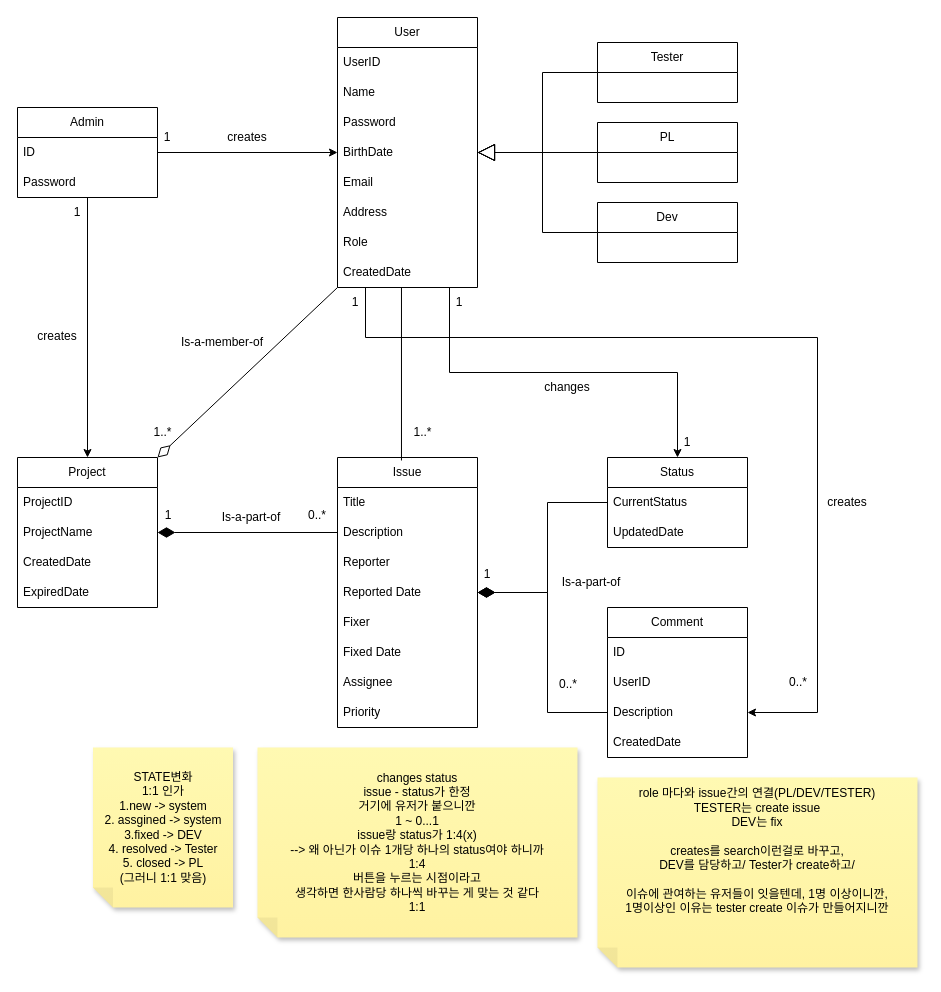
This is 다이어그램 모음집/도메인 모델-2.drawio from LuisYou/Term_Project_19, a draw.io file, before an edit. Source tidied: cells renumbered, new cells numbered last; positions are measured from the earlier drawing's top-left corner, leaving out a move shared by most shapes. Both pictures are drawn from the tidied source at 100%, with x=0, y=0 at pixel (17, 17).
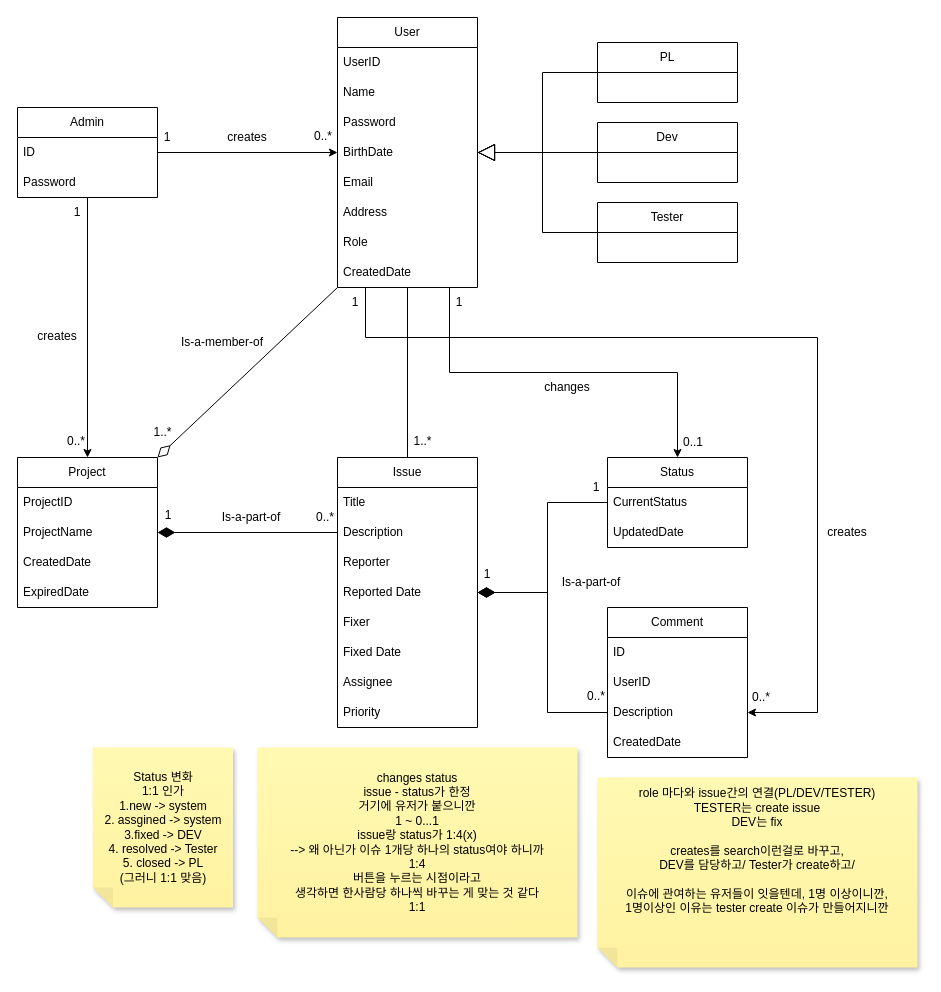
The same diagram, later.

The change refers to these unchanged cells:
```xml
<mxCell id="10" value="CreatedDate" style="text;strokeColor=none;fillColor=none;align=left;verticalAlign=middle;spacingLeft=4;spacingRight=4;overflow=hidden;points=[[0,0.5],[1,0.5]];portConstraint=eastwest;whiteSpace=wrap;html=1;" parent="2" vertex="1">
  <mxGeometry y="240" width="140" height="30" as="geometry" />
</mxCell>
<mxCell id="27" value="Issue" style="swimlane;fontStyle=0;horizontal=1;startSize=30;whiteSpace=wrap;html=1;" parent="1" vertex="1">
  <mxGeometry x="320" y="440" width="140" height="270" as="geometry" />
</mxCell>
```

What changed in the source:
```diff
@@
-    <mxCell id="12" value="Tester" style="swimlane;fontStyle=0;horizontal=1;startSize=30;whiteSpace=wrap;html=1;" parent="1" vertex="1">
+    <mxCell id="12" value="PL" style="swimlane;fontStyle=0;horizontal=1;startSize=30;whiteSpace=wrap;html=1;" parent="1" vertex="1">
       <mxGeometry x="580" y="25" width="140" height="60" as="geometry" />
     </mxCell>
@@
-    <mxCell id="14" value="PL" style="swimlane;fontStyle=0;horizontal=1;startSize=30;whiteSpace=wrap;html=1;" parent="1" vertex="1">
+    <mxCell id="14" value="Dev" style="swimlane;fontStyle=0;horizontal=1;startSize=30;whiteSpace=wrap;html=1;" parent="1" vertex="1">
       <mxGeometry x="580" y="105" width="140" height="60" as="geometry" />
     </mxCell>
@@
-    <mxCell id="16" value="Dev" style="swimlane;fontStyle=0;horizontal=1;startSize=30;whiteSpace=wrap;html=1;" parent="1" vertex="1">
+    <mxCell id="16" value="Tester" style="swimlane;fontStyle=0;horizontal=1;startSize=30;whiteSpace=wrap;html=1;" parent="1" vertex="1">
       <mxGeometry x="580" y="185" width="140" height="60" as="geometry" />
     </mxCell>
@@
     <mxCell id="50" value="1..*" style="text;html=1;align=center;verticalAlign=middle;whiteSpace=wrap;rounded=0;" parent="1" vertex="1">
-      <mxGeometry x="391" y="400" width="29" height="30" as="geometry" />
+      <mxGeometry x="391" y="409" width="29" height="30" as="geometry" />
     </mxCell>
@@
     <mxCell id="55" value="0..*" style="text;html=1;align=center;verticalAlign=middle;whiteSpace=wrap;rounded=0;" parent="1" vertex="1">
-      <mxGeometry x="771" y="650" width="20" height="30" as="geometry" />
+      <mxGeometry x="734" y="665" width="20" height="30" as="geometry" />
     </mxCell>
@@
-    <mxCell id="57" value="1" style="text;html=1;align=center;verticalAlign=middle;whiteSpace=wrap;rounded=0;" parent="1" vertex="1">
-      <mxGeometry x="660" y="410" width="20" height="30" as="geometry" />
+    <mxCell id="57" value="0..1" style="text;html=1;align=center;verticalAlign=middle;whiteSpace=wrap;rounded=0;" parent="1" vertex="1">
+      <mxGeometry x="666" y="410" width="20" height="30" as="geometry" />
     </mxCell>
@@
     <mxCell id="62" value="creates" style="text;html=1;align=center;verticalAlign=middle;whiteSpace=wrap;rounded=0;" parent="1" vertex="1">
-      <mxGeometry x="800" y="470" width="60" height="30" as="geometry" />
+      <mxGeometry x="800" y="500" width="60" height="30" as="geometry" />
     </mxCell>
@@
-    <mxCell id="67" value="&lt;div&gt;STATE변화 &lt;br&gt;1:1 인가&lt;br&gt;&lt;/div&gt;&lt;div&gt;1.new -&amp;gt; system&lt;/div&gt;&lt;div&gt;2. assgined -&amp;gt; system&lt;/div&gt;&lt;div&gt;3.fixed -&amp;gt; DEV&lt;/div&gt;&lt;div&gt;4. resolved -&amp;gt; Tester&lt;/div&gt;&lt;div&gt;5. closed -&amp;gt; PL &lt;br&gt;&lt;/div&gt;&lt;div&gt;(그러니 1:1 맞음)&lt;br&gt;&lt;/div&gt;" style="shape=note;whiteSpace=wrap;html=1;backgroundOutline=1;fontColor=#000000;darkOpacity=0.05;fillColor=#FFF9B2;strokeColor=none;fillStyle=solid;direction=west;gradientDirection=north;gradientColor=#FFF2A1;shadow=1;size=20;" parent="1" vertex="1">
+    <mxCell id="67" value="&lt;div&gt;Status 변화 &lt;br&gt;1:1 인가&lt;br&gt;&lt;/div&gt;&lt;div&gt;1.new -&amp;gt; system&lt;/div&gt;&lt;div&gt;2. assgined -&amp;gt; system&lt;/div&gt;&lt;div&gt;3.fixed -&amp;gt; DEV&lt;/div&gt;&lt;div&gt;4. resolved -&amp;gt; Tester&lt;/div&gt;&lt;div&gt;5. closed -&amp;gt; PL &lt;br&gt;&lt;/div&gt;&lt;div&gt;(그러니 1:1 맞음)&lt;br&gt;&lt;/div&gt;" style="shape=note;whiteSpace=wrap;html=1;backgroundOutline=1;fontColor=#000000;darkOpacity=0.05;fillColor=#FFF9B2;strokeColor=none;fillStyle=solid;direction=west;gradientDirection=north;gradientColor=#FFF2A1;shadow=1;size=20;" parent="1" vertex="1">
       <mxGeometry x="75.5" y="730" width="140" height="160" as="geometry" />
     </mxCell>
@@
     <mxCell id="69" value="0..*" style="text;html=1;align=center;verticalAlign=middle;whiteSpace=wrap;rounded=0;" parent="1" vertex="1">
-      <mxGeometry x="290" y="483" width="20" height="30" as="geometry" />
+      <mxGeometry x="298" y="485" width="20" height="30" as="geometry" />
     </mxCell>
     <mxCell id="70" value="0..*" style="text;html=1;align=center;verticalAlign=middle;whiteSpace=wrap;rounded=0;" parent="1" vertex="1">
-      <mxGeometry x="541" y="652" width="20" height="30" as="geometry" />
+      <mxGeometry x="569" y="664" width="20" height="30" as="geometry" />
     </mxCell>
@@
-    <mxCell id="72" style="endArrow=none;html=1;rounded=0;entryX=0.457;entryY=1;entryDx=0;entryDy=0;entryPerimeter=0;exitX=0.457;exitY=0.011;exitDx=0;exitDy=0;exitPerimeter=0;" parent="1" edge="1" source="27" target="10">
+    <mxCell id="72" style="endArrow=none;html=1;rounded=0;entryX=0.5;entryY=1;entryDx=0;entryDy=0;entryPerimeter=0;exitX=0.5;exitY=0;exitDx=0;exitDy=0;" parent="1" edge="1" source="27" target="10">
       <mxGeometry relative="1" as="geometry" />
     </mxCell>
+    <mxCell id="73" value="1" style="text;html=1;align=center;verticalAlign=middle;whiteSpace=wrap;rounded=0;" parent="1" vertex="1">
+      <mxGeometry x="569" y="455" width="20" height="30" as="geometry" />
+    </mxCell>
+    <mxCell id="74" value="0..*" style="text;html=1;align=center;verticalAlign=middle;whiteSpace=wrap;rounded=0;" parent="1" vertex="1">
+      <mxGeometry x="296" y="104" width="20" height="30" as="geometry" />
+    </mxCell>
+    <mxCell id="75" value="0..*" style="text;html=1;align=center;verticalAlign=middle;whiteSpace=wrap;rounded=0;" parent="1" vertex="1">
+      <mxGeometry x="49" y="409" width="20" height="30" as="geometry" />
+    </mxCell>
```
